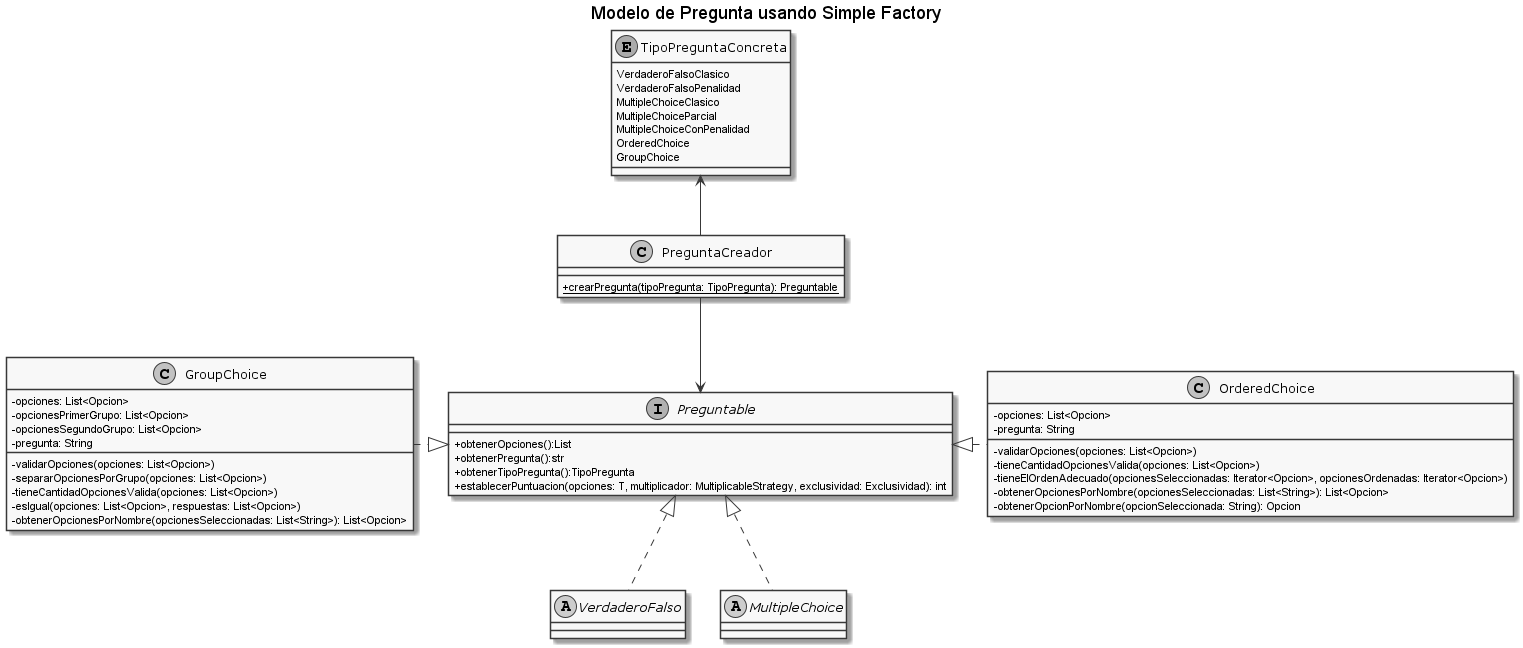
Earlier version of the PlantUML export doc/Diagramas/Diagramas_Clase/pregunta/pregunta/Modelo de Pregunta usando Simple Factory.png (gylopezgiles/TP2).
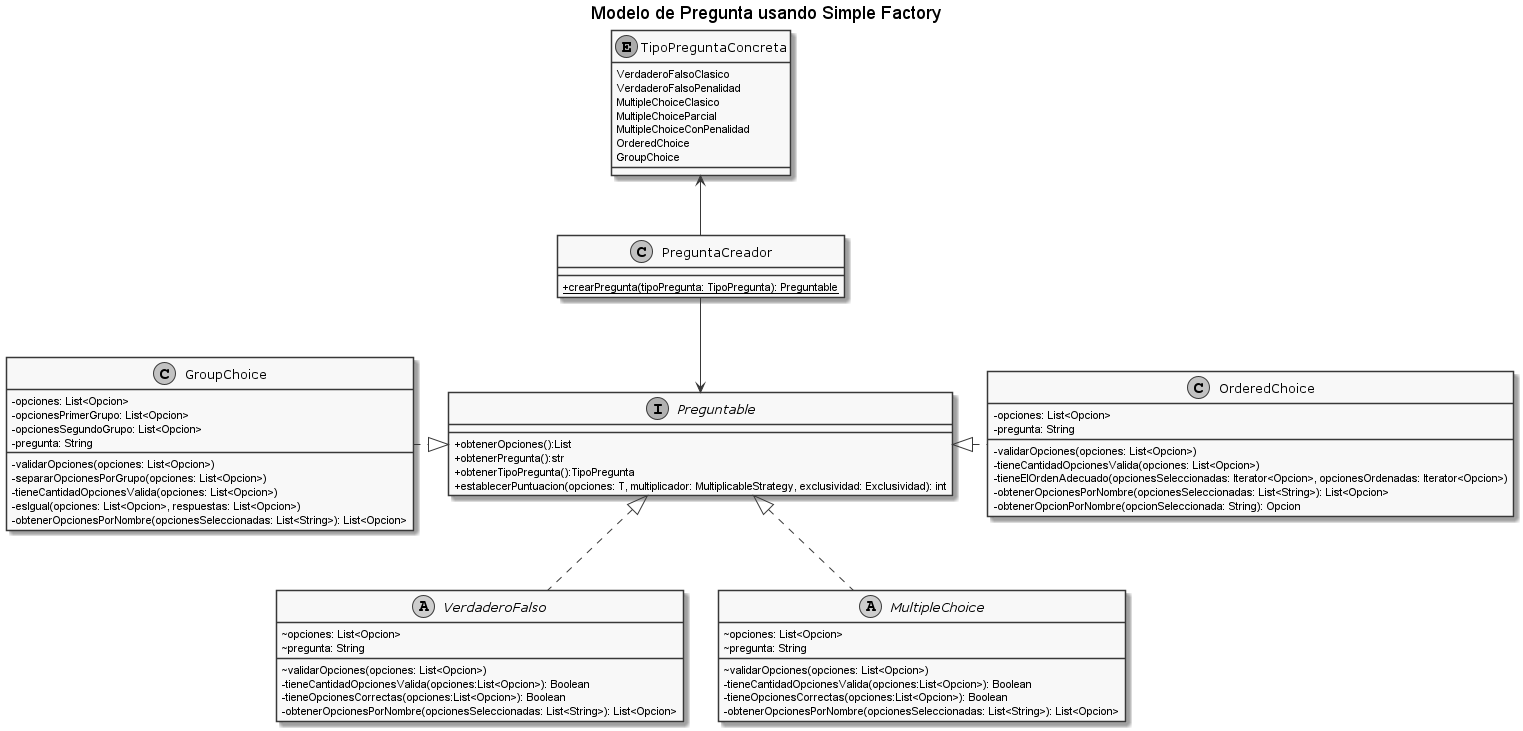
After the change.

Commit message:
Fix: Fix del diagrama

Diff of the diagram source:
```diff
@@ -23,10 +23,23 @@
     GroupChoice
 }
 
-abstract class VerdaderoFalso{}
+abstract class VerdaderoFalso{
+    ~ opciones: List<Opcion>
+    ~ pregunta: String
+    ~ validarOpciones(opciones: List<Opcion>)
+    - tieneCantidadOpcionesValida(opciones:List<Opcion>): Boolean
+    - tieneOpcionesCorrectas(opciones:List<Opcion>): Boolean
+    - obtenerOpcionesPorNombre(opcionesSeleccionadas: List<String>): List<Opcion>
+}
 
-abstract class MultipleChoice{}
-
+abstract class MultipleChoice{
+    ~ opciones: List<Opcion>
+    ~ pregunta: String
+    ~ validarOpciones(opciones: List<Opcion>)
+    - tieneCantidadOpcionesValida(opciones:List<Opcion>): Boolean
+    - tieneOpcionesCorrectas(opciones:List<Opcion>): Boolean
+    - obtenerOpcionesPorNombre(opcionesSeleccionadas: List<String>): List<Opcion>
+}
 
 class GroupChoice{
     - opciones: List<Opcion>
```
